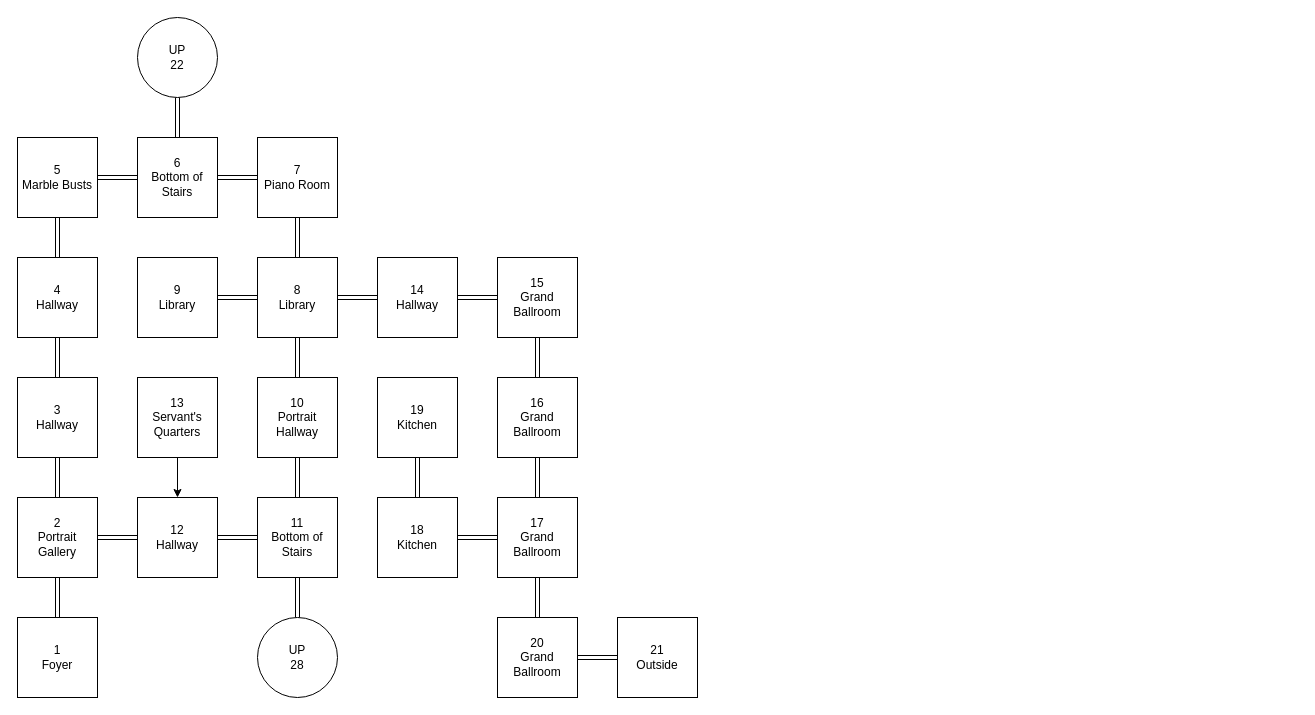
Earlier version of the draw.io diagram Untitled Diagram.drawio (allenhuffman/HauntedMansionTextAdventure). Source tidied: cells renumbered, new cells numbered last; positions are measured from the earlier drawing's top-left corner, leaving out a move shared by most shapes. Both pictures are drawn from the tidied source at 100%, with x=0, y=0 at pixel (17, 17).
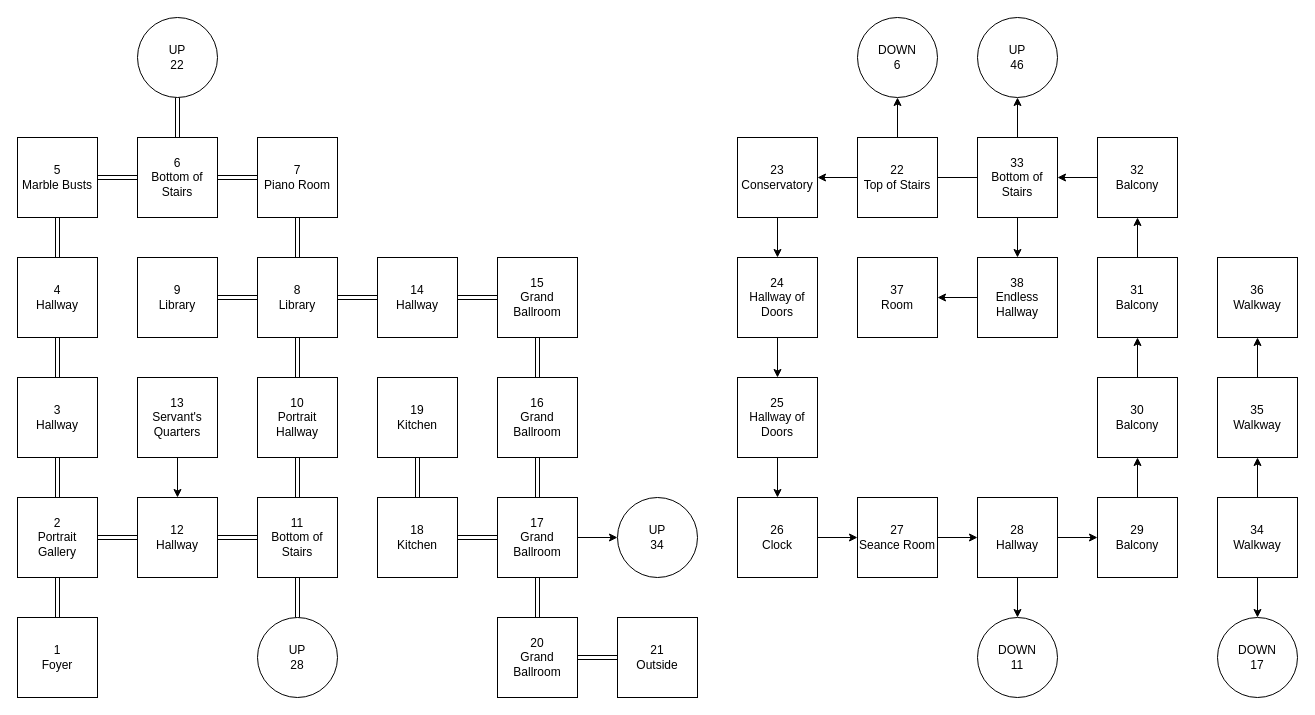
Above is the later version.

Commit message:
Haunted Mansion Adventure

Unchanged cells that the change refers to:
```xml
<mxCell id="41" value="17&lt;div&gt;Grand Ballroom&lt;/div&gt;" style="whiteSpace=wrap;html=1;" parent="1" vertex="1">
  <mxGeometry x="480" y="480" width="80" height="80" as="geometry" />
</mxCell>
```

Change to the diagram source:
```diff
@@
+    <mxCell id="48" style="edgeStyle=orthogonalEdgeStyle;rounded=0;jettySize=auto;html=1;" parent="1" edge="1" source="41" target="87">
+      <mxGeometry relative="1" as="geometry" />
+    </mxCell>
@@
+    <mxCell id="49" style="edgeStyle=orthogonalEdgeStyle;rounded=0;jettySize=auto;html=1;" parent="1" edge="1" source="52" target="54">
+      <mxGeometry relative="1" as="geometry" />
+    </mxCell>
+    <mxCell id="50" style="edgeStyle=orthogonalEdgeStyle;rounded=0;jettySize=auto;html=1;" parent="1" edge="1" source="52" target="56">
+      <mxGeometry relative="1" as="geometry" />
+    </mxCell>
+    <mxCell id="51" style="edgeStyle=orthogonalEdgeStyle;rounded=0;jettySize=auto;html=1;" parent="1" edge="1" source="52" target="57">
+      <mxGeometry relative="1" as="geometry" />
+    </mxCell>
+    <mxCell id="52" value="22&lt;div&gt;Top of Stairs&lt;/div&gt;" style="whiteSpace=wrap;html=1;" parent="1" vertex="1">
+      <mxGeometry x="840" y="120" width="80" height="80" as="geometry" />
+    </mxCell>
+    <mxCell id="53" style="edgeStyle=orthogonalEdgeStyle;rounded=0;jettySize=auto;html=1;" parent="1" edge="1" source="54" target="89">
+      <mxGeometry relative="1" as="geometry" />
+    </mxCell>
+    <mxCell id="54" value="38&lt;div&gt;Endless Hallway&lt;/div&gt;" style="whiteSpace=wrap;html=1;" parent="1" vertex="1">
+      <mxGeometry x="960" y="240" width="80" height="80" as="geometry" />
+    </mxCell>
+    <mxCell id="55" style="edgeStyle=orthogonalEdgeStyle;rounded=0;jettySize=auto;html=1;" parent="1" edge="1" source="56" target="59">
+      <mxGeometry relative="1" as="geometry" />
+    </mxCell>
+    <mxCell id="56" value="23&lt;div&gt;Conservatory&lt;/div&gt;" style="whiteSpace=wrap;html=1;" parent="1" vertex="1">
+      <mxGeometry x="720" y="120" width="80" height="80" as="geometry" />
+    </mxCell>
+    <mxCell id="57" value="DOWN&lt;div&gt;6&lt;/div&gt;" style="ellipse;whiteSpace=wrap;html=1;" parent="1" vertex="1">
+      <mxGeometry x="840" width="80" height="80" as="geometry" />
+    </mxCell>
+    <mxCell id="58" style="edgeStyle=orthogonalEdgeStyle;rounded=0;jettySize=auto;html=1;" parent="1" edge="1" source="59" target="61">
+      <mxGeometry relative="1" as="geometry" />
+    </mxCell>
+    <mxCell id="59" value="24&lt;div&gt;Hallway of Doors&lt;/div&gt;" style="whiteSpace=wrap;html=1;" parent="1" vertex="1">
+      <mxGeometry x="720" y="240" width="80" height="80" as="geometry" />
+    </mxCell>
+    <mxCell id="60" style="edgeStyle=orthogonalEdgeStyle;rounded=0;jettySize=auto;html=1;" parent="1" edge="1" source="61" target="63">
+      <mxGeometry relative="1" as="geometry" />
+    </mxCell>
+    <mxCell id="61" value="25&lt;div&gt;Hallway of Doors&lt;/div&gt;" style="whiteSpace=wrap;html=1;" parent="1" vertex="1">
+      <mxGeometry x="720" y="360" width="80" height="80" as="geometry" />
+    </mxCell>
+    <mxCell id="62" style="edgeStyle=orthogonalEdgeStyle;rounded=0;jettySize=auto;html=1;" parent="1" edge="1" source="63" target="65">
+      <mxGeometry relative="1" as="geometry" />
+    </mxCell>
+    <mxCell id="63" value="26&lt;div&gt;Clock&lt;/div&gt;" style="whiteSpace=wrap;html=1;" parent="1" vertex="1">
+      <mxGeometry x="720" y="480" width="80" height="80" as="geometry" />
+    </mxCell>
+    <mxCell id="64" style="edgeStyle=orthogonalEdgeStyle;rounded=0;jettySize=auto;html=1;" parent="1" edge="1" source="65" target="68">
+      <mxGeometry relative="1" as="geometry" />
+    </mxCell>
+    <mxCell id="65" value="27&lt;div&gt;Seance Room&lt;/div&gt;" style="whiteSpace=wrap;html=1;" parent="1" vertex="1">
+      <mxGeometry x="840" y="480" width="80" height="80" as="geometry" />
+    </mxCell>
+    <mxCell id="66" style="edgeStyle=orthogonalEdgeStyle;rounded=0;jettySize=auto;html=1;" parent="1" edge="1" source="68" target="70">
+      <mxGeometry relative="1" as="geometry" />
+    </mxCell>
+    <mxCell id="67" style="edgeStyle=orthogonalEdgeStyle;rounded=0;jettySize=auto;html=1;" parent="1" edge="1" source="68" target="71">
+      <mxGeometry relative="1" as="geometry" />
+    </mxCell>
+    <mxCell id="68" value="28&lt;div&gt;Hallway&lt;/div&gt;" style="whiteSpace=wrap;html=1;" parent="1" vertex="1">
+      <mxGeometry x="960" y="480" width="80" height="80" as="geometry" />
+    </mxCell>
+    <mxCell id="69" style="edgeStyle=orthogonalEdgeStyle;rounded=0;jettySize=auto;html=1;" parent="1" edge="1" source="70" target="73">
+      <mxGeometry relative="1" as="geometry" />
+    </mxCell>
+    <mxCell id="70" value="29&lt;div&gt;Balcony&lt;/div&gt;" style="whiteSpace=wrap;html=1;" parent="1" vertex="1">
+      <mxGeometry x="1080" y="480" width="80" height="80" as="geometry" />
+    </mxCell>
+    <mxCell id="71" value="DOWN&lt;div&gt;11&lt;/div&gt;" style="ellipse;whiteSpace=wrap;html=1;" parent="1" vertex="1">
+      <mxGeometry x="960" y="600" width="80" height="80" as="geometry" />
+    </mxCell>
+    <mxCell id="72" style="edgeStyle=orthogonalEdgeStyle;rounded=0;jettySize=auto;html=1;" parent="1" edge="1" source="73" target="75">
+      <mxGeometry relative="1" as="geometry" />
+    </mxCell>
+    <mxCell id="73" value="30&lt;div&gt;Balcony&lt;/div&gt;" style="whiteSpace=wrap;html=1;" parent="1" vertex="1">
+      <mxGeometry x="1080" y="360" width="80" height="80" as="geometry" />
+    </mxCell>
+    <mxCell id="74" style="edgeStyle=orthogonalEdgeStyle;rounded=0;jettySize=auto;html=1;" parent="1" edge="1" source="75" target="77">
+      <mxGeometry relative="1" as="geometry" />
+    </mxCell>
+    <mxCell id="75" value="31&lt;div&gt;Balcony&lt;/div&gt;" style="whiteSpace=wrap;html=1;" parent="1" vertex="1">
+      <mxGeometry x="1080" y="240" width="80" height="80" as="geometry" />
+    </mxCell>
+    <mxCell id="76" style="edgeStyle=orthogonalEdgeStyle;rounded=0;jettySize=auto;html=1;" parent="1" edge="1" source="77" target="79">
+      <mxGeometry relative="1" as="geometry" />
+    </mxCell>
+    <mxCell id="77" value="32&lt;div&gt;Balcony&lt;/div&gt;" style="whiteSpace=wrap;html=1;" parent="1" vertex="1">
+      <mxGeometry x="1080" y="120" width="80" height="80" as="geometry" />
+    </mxCell>
+    <mxCell id="78" style="edgeStyle=orthogonalEdgeStyle;rounded=0;jettySize=auto;html=1;" parent="1" edge="1" source="79" target="80">
+      <mxGeometry relative="1" as="geometry" />
+    </mxCell>
+    <mxCell id="79" value="33&lt;div&gt;Bottom of Stairs&lt;/div&gt;" style="whiteSpace=wrap;html=1;" parent="1" vertex="1">
+      <mxGeometry x="960" y="120" width="80" height="80" as="geometry" />
+    </mxCell>
+    <mxCell id="80" value="UP&lt;div&gt;46&lt;/div&gt;" style="ellipse;whiteSpace=wrap;html=1;" parent="1" vertex="1">
+      <mxGeometry x="960" width="80" height="80" as="geometry" />
+    </mxCell>
+    <mxCell id="81" style="edgeStyle=orthogonalEdgeStyle;rounded=0;jettySize=auto;html=1;" parent="1" edge="1" source="83" target="85">
+      <mxGeometry relative="1" as="geometry" />
+    </mxCell>
+    <mxCell id="82" style="edgeStyle=orthogonalEdgeStyle;rounded=0;jettySize=auto;html=1;" parent="1" edge="1" source="83" target="86">
+      <mxGeometry relative="1" as="geometry" />
+    </mxCell>
+    <mxCell id="83" value="34&lt;div&gt;Walkway&lt;/div&gt;" style="whiteSpace=wrap;html=1;" parent="1" vertex="1">
+      <mxGeometry x="1200" y="480" width="80" height="80" as="geometry" />
+    </mxCell>
+    <mxCell id="84" style="edgeStyle=orthogonalEdgeStyle;rounded=0;jettySize=auto;html=1;" parent="1" edge="1" source="85" target="88">
+      <mxGeometry relative="1" as="geometry" />
+    </mxCell>
+    <mxCell id="85" value="35&lt;div&gt;Walkway&lt;/div&gt;" style="whiteSpace=wrap;html=1;" parent="1" vertex="1">
+      <mxGeometry x="1200" y="360" width="80" height="80" as="geometry" />
+    </mxCell>
+    <mxCell id="86" value="DOWN&lt;div&gt;17&lt;/div&gt;" style="ellipse;whiteSpace=wrap;html=1;" parent="1" vertex="1">
+      <mxGeometry x="1200" y="600" width="80" height="80" as="geometry" />
+    </mxCell>
+    <mxCell id="87" value="UP&lt;div&gt;34&lt;/div&gt;" style="ellipse;whiteSpace=wrap;html=1;" parent="1" vertex="1">
+      <mxGeometry x="600" y="480" width="80" height="80" as="geometry" />
+    </mxCell>
+    <mxCell id="88" value="36&lt;div&gt;Walkway&lt;/div&gt;" style="whiteSpace=wrap;html=1;" parent="1" vertex="1">
+      <mxGeometry x="1200" y="240" width="80" height="80" as="geometry" />
+    </mxCell>
+    <mxCell id="89" value="37&lt;div&gt;Room&lt;/div&gt;" style="whiteSpace=wrap;html=1;" parent="1" vertex="1">
+      <mxGeometry x="840" y="240" width="80" height="80" as="geometry" />
+    </mxCell>
```
